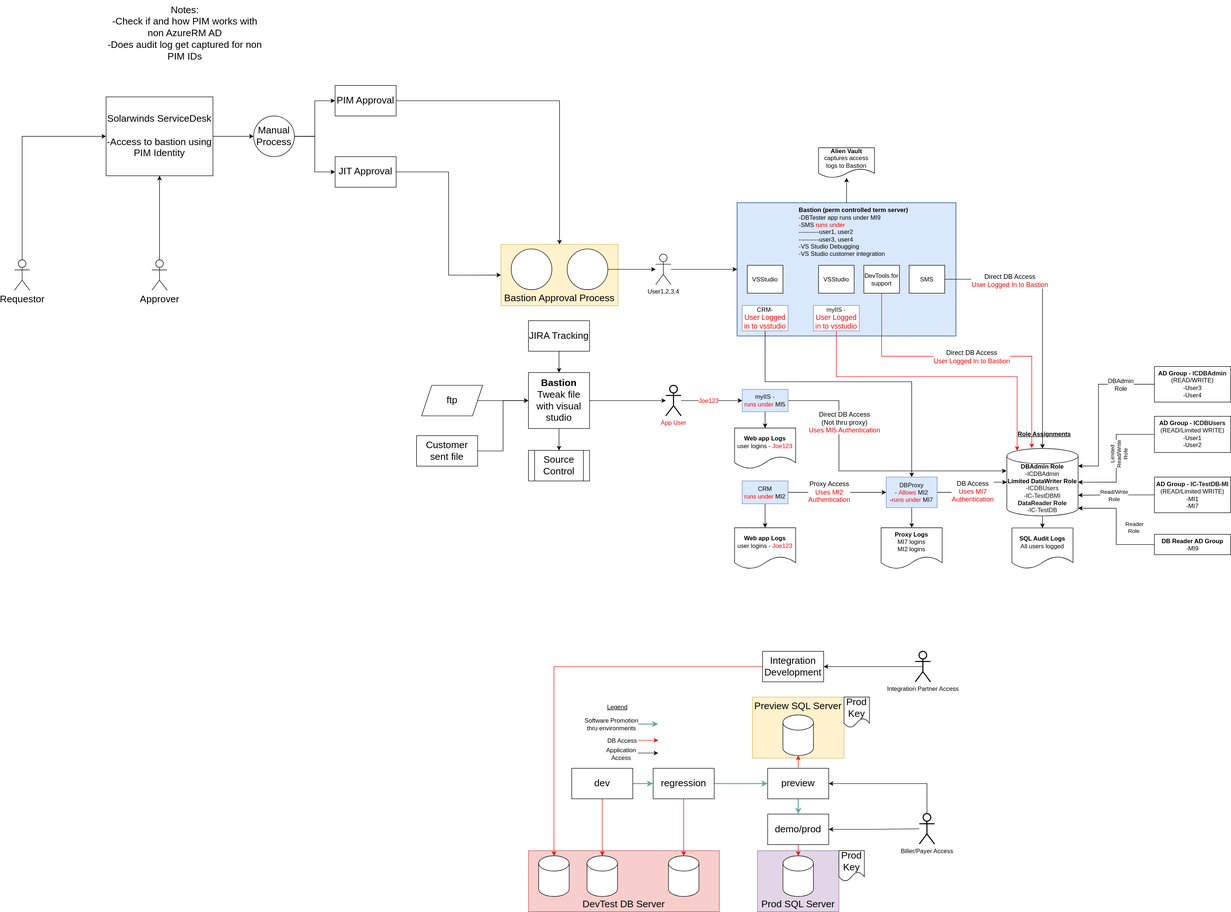
Above: SOXMIFlowAndEnvironments.svg in vjavle/invoicecloud (draw.io), before the change. Source tidied: cells renumbered, new cells last; positions are measured from the earlier drawing's top-left corner, leaving out a move shared by most shapes.
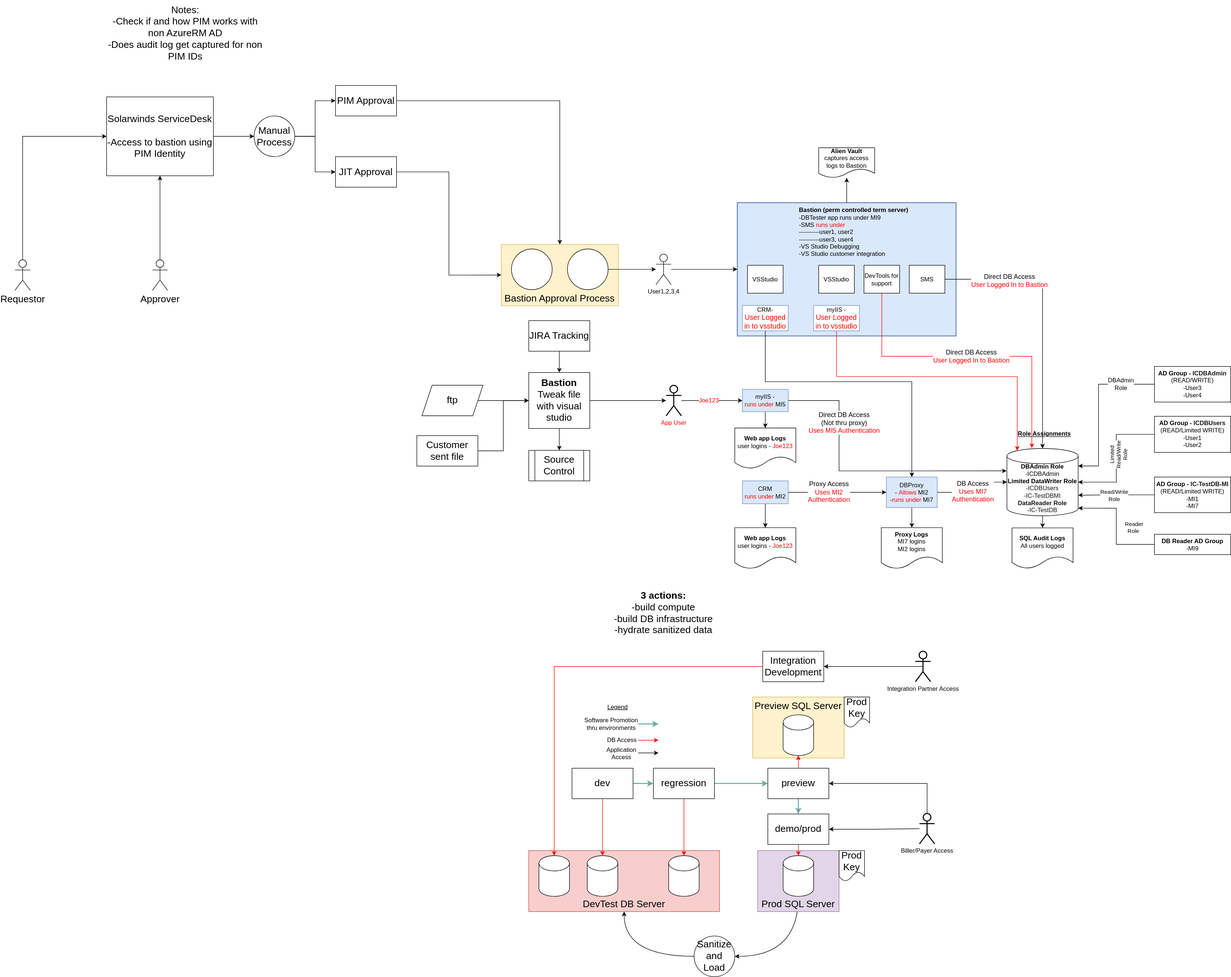
After the change.

Diff of the diagram source:
```diff
@@ -8,6 +8,13 @@
     <mxCell id="3" value="Preview SQL Server" style="rounded=0;whiteSpace=wrap;html=1;fontSize=19;fillColor=#fff2cc;strokeColor=#d6b656;verticalAlign=top;" parent="1" vertex="1">
       <mxGeometry x="1450" y="1370" width="180" height="120" as="geometry" />
     </mxCell>
+    <mxCell id="117" style="edgeStyle=orthogonalEdgeStyle;curved=1;rounded=0;jettySize=auto;html=1;entryX=1;entryY=0.5;entryDx=0;entryDy=0;fontSize=19;" parent="1" edge="1" source="67" target="120">
+      <mxGeometry relative="1" as="geometry">
+        <Array as="points">
+          <mxPoint x="1540" y="1880" />
+        </Array>
+      </mxGeometry>
+    </mxCell>
     <mxCell id="4" value="Prod SQL Server" style="rounded=0;whiteSpace=wrap;html=1;fontSize=19;fillColor=#e1d5e7;strokeColor=#9673a6;verticalAlign=bottom;" parent="1" vertex="1">
       <mxGeometry x="1460" y="1672" width="160" height="120" as="geometry" />
     </mxCell>
@@ -405,5 +412,14 @@
     <mxCell id="116" value="Notes:&lt;br&gt;-Check if and how PIM works with non AzureRM AD&lt;br&gt;-Does audit log get captured for non PIM IDs" style="text;html=1;strokeColor=none;fillColor=none;align=center;verticalAlign=middle;whiteSpace=wrap;rounded=0;fontSize=19;" parent="1" vertex="1">
       <mxGeometry x="180" width="310" height="130" as="geometry" />
     </mxCell>
+    <mxCell id="118" value="&lt;b style=&quot;font-size: 19px;&quot;&gt;3 actions:&lt;/b&gt;&lt;br style=&quot;font-size: 19px;&quot;&gt;-build compute&lt;br style=&quot;font-size: 19px;&quot;&gt;-build DB infrastructure&lt;br style=&quot;font-size: 19px;&quot;&gt;-hydrate sanitized data" style="text;html=1;strokeColor=none;fillColor=none;align=center;verticalAlign=middle;whiteSpace=wrap;rounded=0;fontSize=19;" parent="1" vertex="1">
+      <mxGeometry x="1110" y="1150" width="330" height="110" as="geometry" />
+    </mxCell>
+    <mxCell id="119" style="edgeStyle=orthogonalEdgeStyle;curved=1;rounded=0;jettySize=auto;html=1;fontSize=19;exitX=0;exitY=0.5;exitDx=0;exitDy=0;" parent="1" edge="1" source="120" target="5">
+      <mxGeometry relative="1" as="geometry" />
+    </mxCell>
+    <mxCell id="120" value="Sanitize and Load" style="ellipse;whiteSpace=wrap;html=1;fontSize=19;" parent="1" vertex="1">
+      <mxGeometry x="1335" y="1840" width="80" height="80" as="geometry" />
+    </mxCell>
   </root>
 </mxGraphModel>
```
